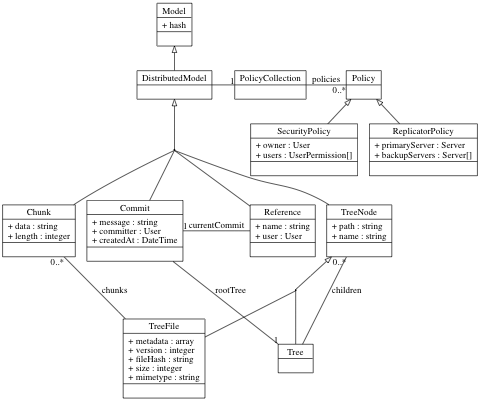
This is diagrams/data-model.png from symcloud/thesis, a Graphviz export, as it was before one commit. Its source is kept beside it as diagrams/data-model.dot.
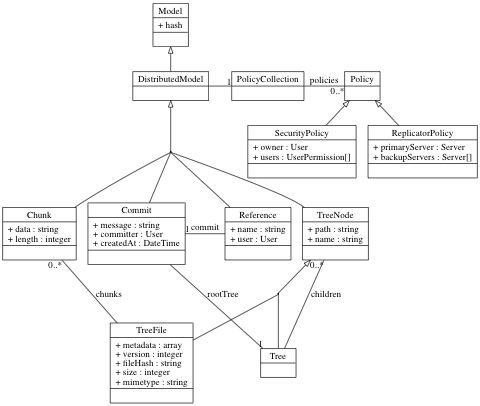
The same diagram one commit later.

What changed in the source:
```diff
@@ -38,7 +38,7 @@
 
 	edge[arrowhead="none",arrowtail="none",headlabel="1"]
 	DistributedModel -> PolicyCollection
-	Reference -> Commit[label="currentCommit"]
+	Reference -> Commit[label="commit"]
 	Commit -> Tree[label="rootTree"]
 
 	edge [arrowhead="none",arrowtail="none",headlabel="0..*"]
```
